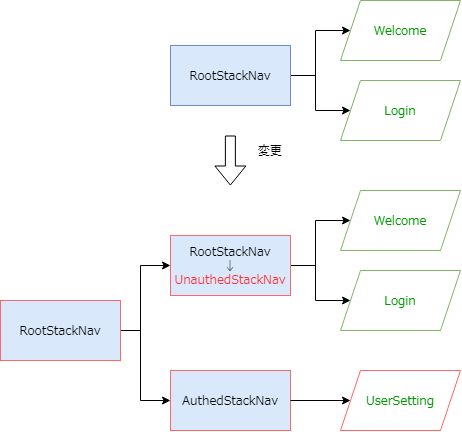
This is docs/react-native/learn/todo-app/app-hands-on/auth_flows.png from Fintan-contents/mobile-app-crib-notes, a draw.io export, as it was before one commit. Source tidied: cells renumbered, new cells last; positions are measured from the earlier drawing's top-left corner, leaving out a move shared by most shapes. The source it was exported from:
```xml
<mxGraphModel>
  <root>
    <mxCell id="0" />
    <mxCell id="1" parent="0" />
    <mxCell id="2" value="&lt;font color=&quot;#009900&quot;&gt;Welcome&lt;/font&gt;" style="shape=parallelogram;perimeter=parallelogramPerimeter;whiteSpace=wrap;html=1;fixedSize=1;strokeColor=#82b366;fillColor=#FFFFFF;fontFamily=Garamond;" parent="1" vertex="1">
      <mxGeometry x="340" y="190" width="120" height="60" as="geometry" />
    </mxCell>
    <mxCell id="3" style="edgeStyle=orthogonalEdgeStyle;rounded=0;jettySize=auto;html=1;entryX=0;entryY=0.5;entryDx=0;entryDy=0;" parent="1" edge="1" source="5" target="16">
      <mxGeometry relative="1" as="geometry" />
    </mxCell>
    <mxCell id="4" style="edgeStyle=orthogonalEdgeStyle;rounded=0;jettySize=auto;html=1;entryX=0;entryY=0.5;entryDx=0;entryDy=0;" parent="1" edge="1" source="5" target="6">
      <mxGeometry relative="1" as="geometry" />
    </mxCell>
    <mxCell id="5" value="&lt;span&gt;RootStackNav&lt;/span&gt;" style="rounded=0;whiteSpace=wrap;html=1;fontFamily=Garamond;fillColor=#dae8fc;strokeColor=#6c8ebf;" parent="1" vertex="1">
      <mxGeometry x="170" y="45" width="120" height="60" as="geometry" />
    </mxCell>
    <mxCell id="6" value="&lt;span style=&quot;color: rgb(0 , 153 , 0)&quot;&gt;Welcome&lt;/span&gt;" style="shape=parallelogram;perimeter=parallelogramPerimeter;whiteSpace=wrap;html=1;fixedSize=1;strokeColor=#82b366;fillColor=#FFFFFF;fontFamily=Garamond;" parent="1" vertex="1">
      <mxGeometry x="340" width="120" height="60" as="geometry" />
    </mxCell>
    <mxCell id="7" style="edgeStyle=orthogonalEdgeStyle;rounded=0;jettySize=auto;html=1;fontFamily=Garamond;" parent="1" edge="1" source="9" target="2">
      <mxGeometry relative="1" as="geometry" />
    </mxCell>
    <mxCell id="8" style="edgeStyle=orthogonalEdgeStyle;rounded=0;jettySize=auto;html=1;entryX=0;entryY=0.5;entryDx=0;entryDy=0;fontFamily=Garamond;" parent="1" edge="1" source="9" target="15">
      <mxGeometry relative="1" as="geometry" />
    </mxCell>
    <mxCell id="9" value="RootStackNav&lt;br&gt;↓&lt;br&gt;&lt;font color=&quot;#ff3333&quot;&gt;UnauthedStackNav&lt;/font&gt;" style="rounded=0;whiteSpace=wrap;html=1;fillColor=#dae8fc;fontFamily=Garamond;strokeColor=#FF6666;" parent="1" vertex="1">
      <mxGeometry x="170" y="235" width="120" height="60" as="geometry" />
    </mxCell>
    <mxCell id="10" style="edgeStyle=orthogonalEdgeStyle;rounded=0;jettySize=auto;html=1;entryX=0;entryY=0.5;entryDx=0;entryDy=0;fontFamily=Garamond;" parent="1" edge="1" source="12" target="9">
      <mxGeometry relative="1" as="geometry">
        <Array as="points">
          <mxPoint x="140" y="330" />
          <mxPoint x="140" y="265" />
        </Array>
      </mxGeometry>
    </mxCell>
    <mxCell id="11" style="edgeStyle=orthogonalEdgeStyle;rounded=0;jettySize=auto;html=1;fontFamily=Garamond;entryX=0;entryY=0.5;entryDx=0;entryDy=0;" parent="1" edge="1" source="12" target="13">
      <mxGeometry relative="1" as="geometry">
        <Array as="points">
          <mxPoint x="140" y="330" />
          <mxPoint x="140" y="400" />
        </Array>
      </mxGeometry>
    </mxCell>
    <mxCell id="12" value="RootStackNav" style="rounded=0;whiteSpace=wrap;html=1;fontFamily=Garamond;fillColor=#dae8fc;strokeColor=#FF6666;" parent="1" vertex="1">
      <mxGeometry y="300" width="120" height="60" as="geometry" />
    </mxCell>
    <mxCell id="13" value="AuthedStackNav" style="rounded=0;whiteSpace=wrap;html=1;fillColor=#dae8fc;fontFamily=Garamond;strokeColor=#FF6666;" parent="1" vertex="1">
      <mxGeometry x="170" y="370" width="120" height="60" as="geometry" />
    </mxCell>
    <mxCell id="14" style="edgeStyle=orthogonalEdgeStyle;rounded=0;jettySize=auto;html=1;fontFamily=Garamond;exitX=1;exitY=0.5;exitDx=0;exitDy=0;entryX=0;entryY=0.5;entryDx=0;entryDy=0;" parent="1" edge="1" source="13" target="17">
      <mxGeometry relative="1" as="geometry" />
    </mxCell>
    <mxCell id="15" value="&lt;font color=&quot;#009900&quot;&gt;Login&lt;/font&gt;" style="shape=parallelogram;perimeter=parallelogramPerimeter;whiteSpace=wrap;html=1;fixedSize=1;strokeColor=#82b366;fillColor=#FFFFFF;fontFamily=Garamond;" parent="1" vertex="1">
      <mxGeometry x="340" y="270" width="120" height="60" as="geometry" />
    </mxCell>
    <mxCell id="16" value="&lt;font color=&quot;#009900&quot;&gt;Login&lt;/font&gt;" style="shape=parallelogram;perimeter=parallelogramPerimeter;whiteSpace=wrap;html=1;fixedSize=1;strokeColor=#82b366;fillColor=#FFFFFF;fontFamily=Garamond;" parent="1" vertex="1">
      <mxGeometry x="340" y="80" width="120" height="60" as="geometry" />
    </mxCell>
    <mxCell id="17" value="&lt;font color=&quot;#009900&quot;&gt;UserSetting&lt;/font&gt;" style="shape=parallelogram;perimeter=parallelogramPerimeter;whiteSpace=wrap;html=1;fixedSize=1;fillColor=#FFFFFF;fontFamily=Garamond;strokeColor=#FF6666;" parent="1" vertex="1">
      <mxGeometry x="340" y="370" width="120" height="60" as="geometry" />
    </mxCell>
    <mxCell id="18" style="shape=flexArrow;endArrow=classic;html=1;" parent="1" edge="1">
      <mxGeometry relative="1" as="geometry">
        <mxPoint x="229.9" y="135" as="sourcePoint" />
        <mxPoint x="229.9" y="185" as="targetPoint" />
      </mxGeometry>
    </mxCell>
    <mxCell id="19" value="変更" style="text;html=1;strokeColor=none;fillColor=none;align=center;verticalAlign=middle;whiteSpace=wrap;rounded=0;" parent="1" vertex="1">
      <mxGeometry x="250" y="140" width="40" height="20" as="geometry" />
    </mxCell>
  </root>
</mxGraphModel>
```
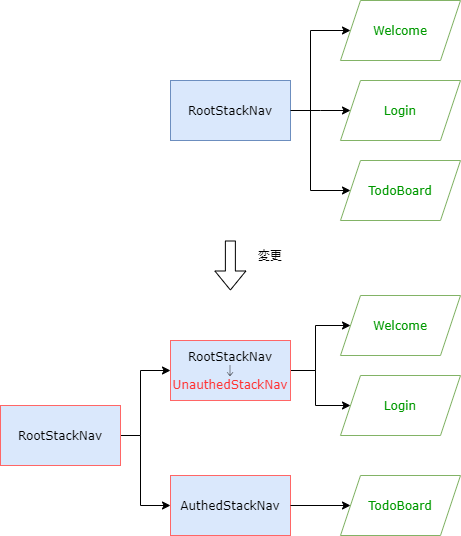
The same file after the commit.

What changed in the source:
```diff
@@ -2,28 +2,16 @@
   <root>
     <mxCell id="0" />
     <mxCell id="1" parent="0" />
-    <mxCell id="2" value="&lt;font color=&quot;#009900&quot;&gt;Welcome&lt;/font&gt;" style="shape=parallelogram;perimeter=parallelogramPerimeter;whiteSpace=wrap;html=1;fixedSize=1;strokeColor=#82b366;fillColor=#FFFFFF;fontFamily=Garamond;" parent="1" vertex="1">
+    <mxCell id="2" value="&lt;font color=&quot;#009900&quot;&gt;Welcome&lt;/font&gt;" style="shape=parallelogram;perimeter=parallelogramPerimeter;whiteSpace=wrap;html=1;fixedSize=1;strokeColor=#82b366;fillColor=#FFFFFF;fontFamily=Verdana;" parent="1" vertex="1">
       <mxGeometry x="340" y="190" width="120" height="60" as="geometry" />
     </mxCell>
-    <mxCell id="3" style="edgeStyle=orthogonalEdgeStyle;rounded=0;jettySize=auto;html=1;entryX=0;entryY=0.5;entryDx=0;entryDy=0;" parent="1" edge="1" source="5" target="16">
-      <mxGeometry relative="1" as="geometry" />
-    </mxCell>
-    <mxCell id="4" style="edgeStyle=orthogonalEdgeStyle;rounded=0;jettySize=auto;html=1;entryX=0;entryY=0.5;entryDx=0;entryDy=0;" parent="1" edge="1" source="5" target="6">
-      <mxGeometry relative="1" as="geometry" />
-    </mxCell>
-    <mxCell id="5" value="&lt;span&gt;RootStackNav&lt;/span&gt;" style="rounded=0;whiteSpace=wrap;html=1;fontFamily=Garamond;fillColor=#dae8fc;strokeColor=#6c8ebf;" parent="1" vertex="1">
-      <mxGeometry x="170" y="45" width="120" height="60" as="geometry" />
-    </mxCell>
-    <mxCell id="6" value="&lt;span style=&quot;color: rgb(0 , 153 , 0)&quot;&gt;Welcome&lt;/span&gt;" style="shape=parallelogram;perimeter=parallelogramPerimeter;whiteSpace=wrap;html=1;fixedSize=1;strokeColor=#82b366;fillColor=#FFFFFF;fontFamily=Garamond;" parent="1" vertex="1">
-      <mxGeometry x="340" width="120" height="60" as="geometry" />
-    </mxCell>
     <mxCell id="7" style="edgeStyle=orthogonalEdgeStyle;rounded=0;jettySize=auto;html=1;fontFamily=Garamond;" parent="1" edge="1" source="9" target="2">
       <mxGeometry relative="1" as="geometry" />
     </mxCell>
     <mxCell id="8" style="edgeStyle=orthogonalEdgeStyle;rounded=0;jettySize=auto;html=1;entryX=0;entryY=0.5;entryDx=0;entryDy=0;fontFamily=Garamond;" parent="1" edge="1" source="9" target="15">
       <mxGeometry relative="1" as="geometry" />
     </mxCell>
-    <mxCell id="9" value="RootStackNav&lt;br&gt;↓&lt;br&gt;&lt;font color=&quot;#ff3333&quot;&gt;UnauthedStackNav&lt;/font&gt;" style="rounded=0;whiteSpace=wrap;html=1;fillColor=#dae8fc;fontFamily=Garamond;strokeColor=#FF6666;" parent="1" vertex="1">
+    <mxCell id="9" value="RootStackNav&lt;br&gt;↓&lt;br&gt;&lt;font color=&quot;#ff3333&quot;&gt;UnauthedStackNav&lt;/font&gt;" style="rounded=0;whiteSpace=wrap;html=1;fillColor=#dae8fc;fontFamily=Verdana;strokeColor=#FF6666;" parent="1" vertex="1">
       <mxGeometry x="170" y="235" width="120" height="60" as="geometry" />
     </mxCell>
     <mxCell id="10" style="edgeStyle=orthogonalEdgeStyle;rounded=0;jettySize=auto;html=1;entryX=0;entryY=0.5;entryDx=0;entryDy=0;fontFamily=Garamond;" parent="1" edge="1" source="12" target="9">
@@ -42,24 +30,20 @@
         </Array>
       </mxGeometry>
     </mxCell>
-    <mxCell id="12" value="RootStackNav" style="rounded=0;whiteSpace=wrap;html=1;fontFamily=Garamond;fillColor=#dae8fc;strokeColor=#FF6666;" parent="1" vertex="1">
+    <mxCell id="12" value="RootStackNav" style="rounded=0;whiteSpace=wrap;html=1;fontFamily=Verdana;fillColor=#dae8fc;strokeColor=#FF6666;" parent="1" vertex="1">
       <mxGeometry y="300" width="120" height="60" as="geometry" />
     </mxCell>
-    <mxCell id="13" value="AuthedStackNav" style="rounded=0;whiteSpace=wrap;html=1;fillColor=#dae8fc;fontFamily=Garamond;strokeColor=#FF6666;" parent="1" vertex="1">
+    <mxCell id="13" value="AuthedStackNav" style="rounded=0;whiteSpace=wrap;html=1;fillColor=#dae8fc;fontFamily=Verdana;strokeColor=#FF6666;" parent="1" vertex="1">
       <mxGeometry x="170" y="370" width="120" height="60" as="geometry" />
     </mxCell>
-    <mxCell id="14" style="edgeStyle=orthogonalEdgeStyle;rounded=0;jettySize=auto;html=1;fontFamily=Garamond;exitX=1;exitY=0.5;exitDx=0;exitDy=0;entryX=0;entryY=0.5;entryDx=0;entryDy=0;" parent="1" edge="1" source="13" target="17">
-      <mxGeometry relative="1" as="geometry" />
+    <mxCell id="14" style="edgeStyle=orthogonalEdgeStyle;rounded=0;jettySize=auto;html=1;fontFamily=Garamond;exitX=1;exitY=0.5;exitDx=0;exitDy=0;entryX=0;entryY=0.5;entryDx=0;entryDy=0;" parent="1" edge="1" source="13">
+      <mxGeometry relative="1" as="geometry">
+        <mxPoint x="350" y="400" as="targetPoint" />
+      </mxGeometry>
     </mxCell>
-    <mxCell id="15" value="&lt;font color=&quot;#009900&quot;&gt;Login&lt;/font&gt;" style="shape=parallelogram;perimeter=parallelogramPerimeter;whiteSpace=wrap;html=1;fixedSize=1;strokeColor=#82b366;fillColor=#FFFFFF;fontFamily=Garamond;" parent="1" vertex="1">
+    <mxCell id="15" value="&lt;font color=&quot;#009900&quot;&gt;Login&lt;/font&gt;" style="shape=parallelogram;perimeter=parallelogramPerimeter;whiteSpace=wrap;html=1;fixedSize=1;strokeColor=#82b366;fillColor=#FFFFFF;fontFamily=Verdana;" parent="1" vertex="1">
       <mxGeometry x="340" y="270" width="120" height="60" as="geometry" />
     </mxCell>
-    <mxCell id="16" value="&lt;font color=&quot;#009900&quot;&gt;Login&lt;/font&gt;" style="shape=parallelogram;perimeter=parallelogramPerimeter;whiteSpace=wrap;html=1;fixedSize=1;strokeColor=#82b366;fillColor=#FFFFFF;fontFamily=Garamond;" parent="1" vertex="1">
-      <mxGeometry x="340" y="80" width="120" height="60" as="geometry" />
-    </mxCell>
-    <mxCell id="17" value="&lt;font color=&quot;#009900&quot;&gt;UserSetting&lt;/font&gt;" style="shape=parallelogram;perimeter=parallelogramPerimeter;whiteSpace=wrap;html=1;fixedSize=1;fillColor=#FFFFFF;fontFamily=Garamond;strokeColor=#FF6666;" parent="1" vertex="1">
-      <mxGeometry x="340" y="370" width="120" height="60" as="geometry" />
-    </mxCell>
     <mxCell id="18" style="shape=flexArrow;endArrow=classic;html=1;" parent="1" edge="1">
       <mxGeometry relative="1" as="geometry">
         <mxPoint x="229.9" y="135" as="sourcePoint" />
@@ -69,5 +53,47 @@
     <mxCell id="19" value="変更" style="text;html=1;strokeColor=none;fillColor=none;align=center;verticalAlign=middle;whiteSpace=wrap;rounded=0;" parent="1" vertex="1">
       <mxGeometry x="250" y="140" width="40" height="20" as="geometry" />
     </mxCell>
+    <mxCell id="20" value="&lt;font color=&quot;#009900&quot;&gt;TodoBoard&lt;/font&gt;" style="shape=parallelogram;perimeter=parallelogramPerimeter;whiteSpace=wrap;html=1;fixedSize=1;fillColor=#FFFFFF;fontFamily=Verdana;strokeColor=#82B366;" parent="1" vertex="1">
+      <mxGeometry x="340" y="370" width="120" height="60" as="geometry" />
+    </mxCell>
+    <mxCell id="6" value="&lt;font color=&quot;#009900&quot;&gt;Welcome&lt;/font&gt;" style="shape=parallelogram;perimeter=parallelogramPerimeter;whiteSpace=wrap;html=1;fixedSize=1;strokeColor=#82b366;fillColor=#FFFFFF;fontFamily=Verdana;" parent="1" vertex="1">
+      <mxGeometry x="340" y="-105" width="120" height="60" as="geometry" />
+    </mxCell>
+    <mxCell id="21" style="edgeStyle=orthogonalEdgeStyle;rounded=0;jettySize=auto;html=1;entryX=0;entryY=0.5;entryDx=0;entryDy=0;fontFamily=Garamond;" parent="1" edge="1" source="23" target="6">
+      <mxGeometry relative="1" as="geometry">
+        <Array as="points">
+          <mxPoint x="310" y="5" />
+          <mxPoint x="310" y="-75" />
+        </Array>
+      </mxGeometry>
+    </mxCell>
+    <mxCell id="22" style="edgeStyle=orthogonalEdgeStyle;rounded=0;jettySize=auto;html=1;fontFamily=Garamond;entryX=0;entryY=0.5;entryDx=0;entryDy=0;" parent="1" edge="1" source="23" target="24">
+      <mxGeometry relative="1" as="geometry">
+        <Array as="points">
+          <mxPoint x="310" y="5" />
+          <mxPoint x="310" y="85" />
+        </Array>
+      </mxGeometry>
+    </mxCell>
+    <mxCell id="23" value="RootStackNav" style="rounded=0;whiteSpace=wrap;html=1;fontFamily=Garamond;fillColor=#dae8fc;strokeColor=#6C8EBF;" parent="1" vertex="1">
+      <mxGeometry x="170" y="-25" width="120" height="60" as="geometry" />
+    </mxCell>
+    <mxCell id="24" value="&lt;font color=&quot;#009900&quot;&gt;TodoBoard&lt;/font&gt;" style="shape=parallelogram;perimeter=parallelogramPerimeter;whiteSpace=wrap;html=1;fixedSize=1;fillColor=#FFFFFF;fontFamily=Verdana;strokeColor=#82B366;" parent="1" vertex="1">
+      <mxGeometry x="340" y="55" width="120" height="60" as="geometry" />
+    </mxCell>
+    <mxCell id="25" value="RootStackNav" style="rounded=0;whiteSpace=wrap;html=1;fontFamily=Verdana;fillColor=#dae8fc;strokeColor=#6C8EBF;" parent="1" vertex="1">
+      <mxGeometry x="170" y="-25" width="120" height="60" as="geometry" />
+    </mxCell>
+    <mxCell id="16" value="&lt;font color=&quot;#009900&quot;&gt;Login&lt;/font&gt;" style="shape=parallelogram;perimeter=parallelogramPerimeter;whiteSpace=wrap;html=1;fixedSize=1;strokeColor=#82b366;fillColor=#FFFFFF;fontFamily=Verdana;" parent="1" vertex="1">
+      <mxGeometry x="340" y="-25" width="120" height="60" as="geometry" />
+    </mxCell>
+    <mxCell id="26" style="edgeStyle=orthogonalEdgeStyle;rounded=0;jettySize=auto;html=1;fontFamily=Garamond;exitX=1;exitY=0.5;exitDx=0;exitDy=0;entryX=0;entryY=0.5;entryDx=0;entryDy=0;" parent="1" edge="1" source="25" target="16">
+      <mxGeometry relative="1" as="geometry">
+        <Array as="points">
+          <mxPoint x="320" y="5" />
+          <mxPoint x="320" y="5" />
+        </Array>
+      </mxGeometry>
+    </mxCell>
   </root>
 </mxGraphModel>
```
